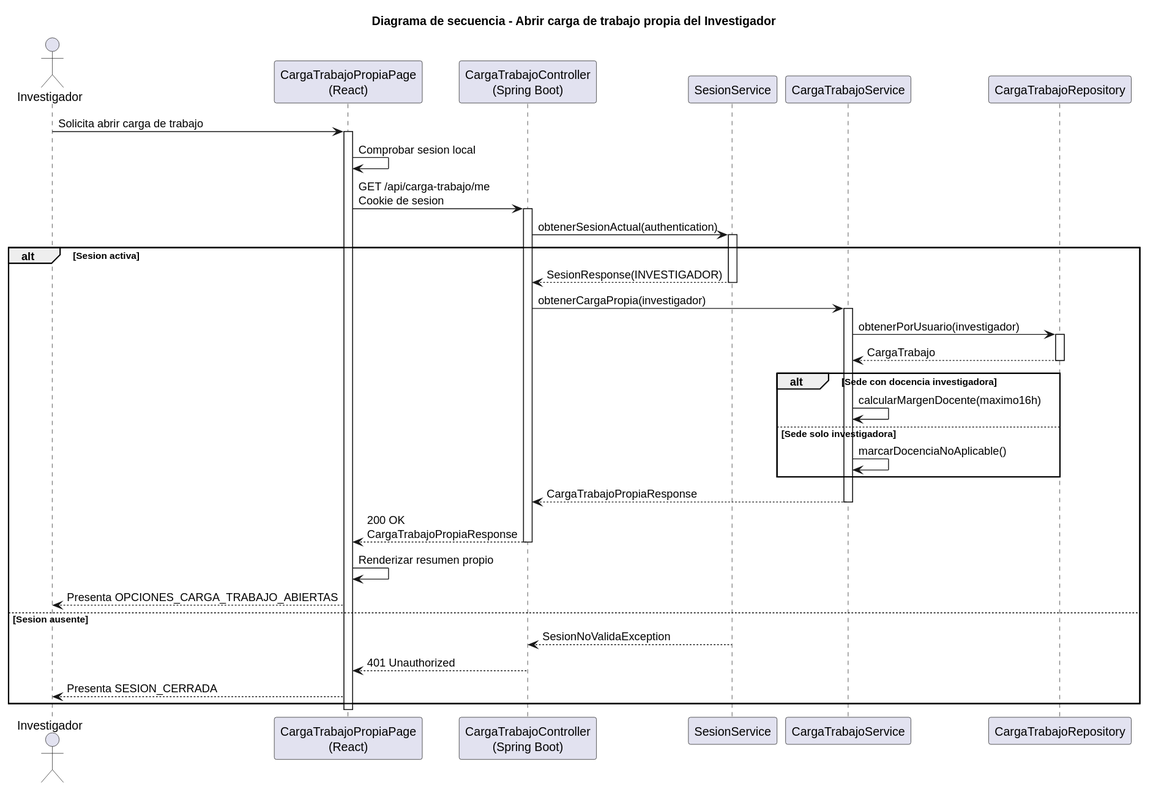
Earlier version of the PlantUML export images/RUP/02-diseño/casos-uso/investigador/abrirOpcionesCargaTrabajo/secuencia.svg (beatriizorozco/25-26-idsw2-sdVC). Source of this version:
```plantuml
@startuml
title Diagrama de secuencia - Abrir carga de trabajo propia del Investigador

actor Investigador
participant "CargaTrabajoPropiaPage\n(React)" as Frontend
participant "CargaTrabajoController\n(Spring Boot)" as Api
participant "SesionService" as Sesion
participant "CargaTrabajoService" as Service
participant "CargaTrabajoRepository" as CargaRepo

Investigador -> Frontend: Solicita abrir carga de trabajo
activate Frontend
Frontend -> Frontend: Comprobar sesion local
Frontend -> Api: GET /api/carga-trabajo/me\nCookie de sesion
activate Api
Api -> Sesion: obtenerSesionActual(authentication)
activate Sesion
alt Sesion activa
    Sesion --> Api: SesionResponse(INVESTIGADOR)
    deactivate Sesion
    Api -> Service: obtenerCargaPropia(investigador)
    activate Service
    Service -> CargaRepo: obtenerPorUsuario(investigador)
    activate CargaRepo
    CargaRepo --> Service: CargaTrabajo
    deactivate CargaRepo
    alt Sede con docencia investigadora
        Service -> Service: calcularMargenDocente(maximo16h)
    else Sede solo investigadora
        Service -> Service: marcarDocenciaNoAplicable()
    end
    Service --> Api: CargaTrabajoPropiaResponse
    deactivate Service
    Api --> Frontend: 200 OK\nCargaTrabajoPropiaResponse
    deactivate Api
    Frontend -> Frontend: Renderizar resumen propio
    Frontend --> Investigador: Presenta OPCIONES_CARGA_TRABAJO_ABIERTAS
else Sesion ausente
    Sesion --> Api: SesionNoValidaException
    deactivate Sesion
    Api --> Frontend: 401 Unauthorized
    deactivate Api
    Frontend --> Investigador: Presenta SESION_CERRADA
end
deactivate Frontend
@enduml
```
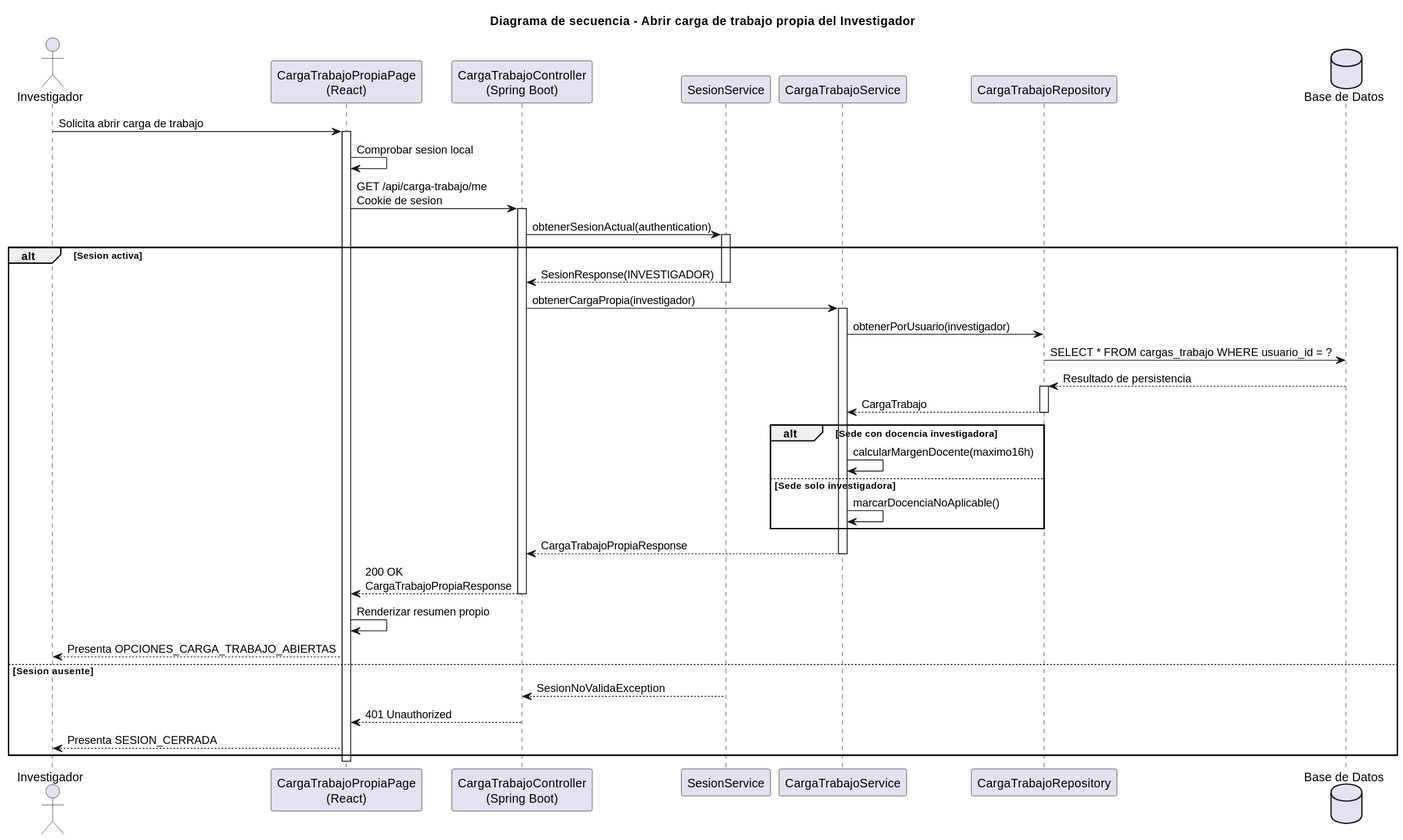
Later version of the same file.

Diff of the diagram source:
```diff
@@ -7,6 +7,7 @@
 participant "SesionService" as Sesion
 participant "CargaTrabajoService" as Service
 participant "CargaTrabajoRepository" as CargaRepo
+database "Base de Datos" as DB
 
 Investigador -> Frontend: Solicita abrir carga de trabajo
 activate Frontend
@@ -21,6 +22,8 @@
     Api -> Service: obtenerCargaPropia(investigador)
     activate Service
     Service -> CargaRepo: obtenerPorUsuario(investigador)
+    CargaRepo -> DB: SELECT * FROM cargas_trabajo WHERE usuario_id = ?
+    DB --> CargaRepo: Resultado de persistencia
     activate CargaRepo
     CargaRepo --> Service: CargaTrabajo
     deactivate CargaRepo
```
